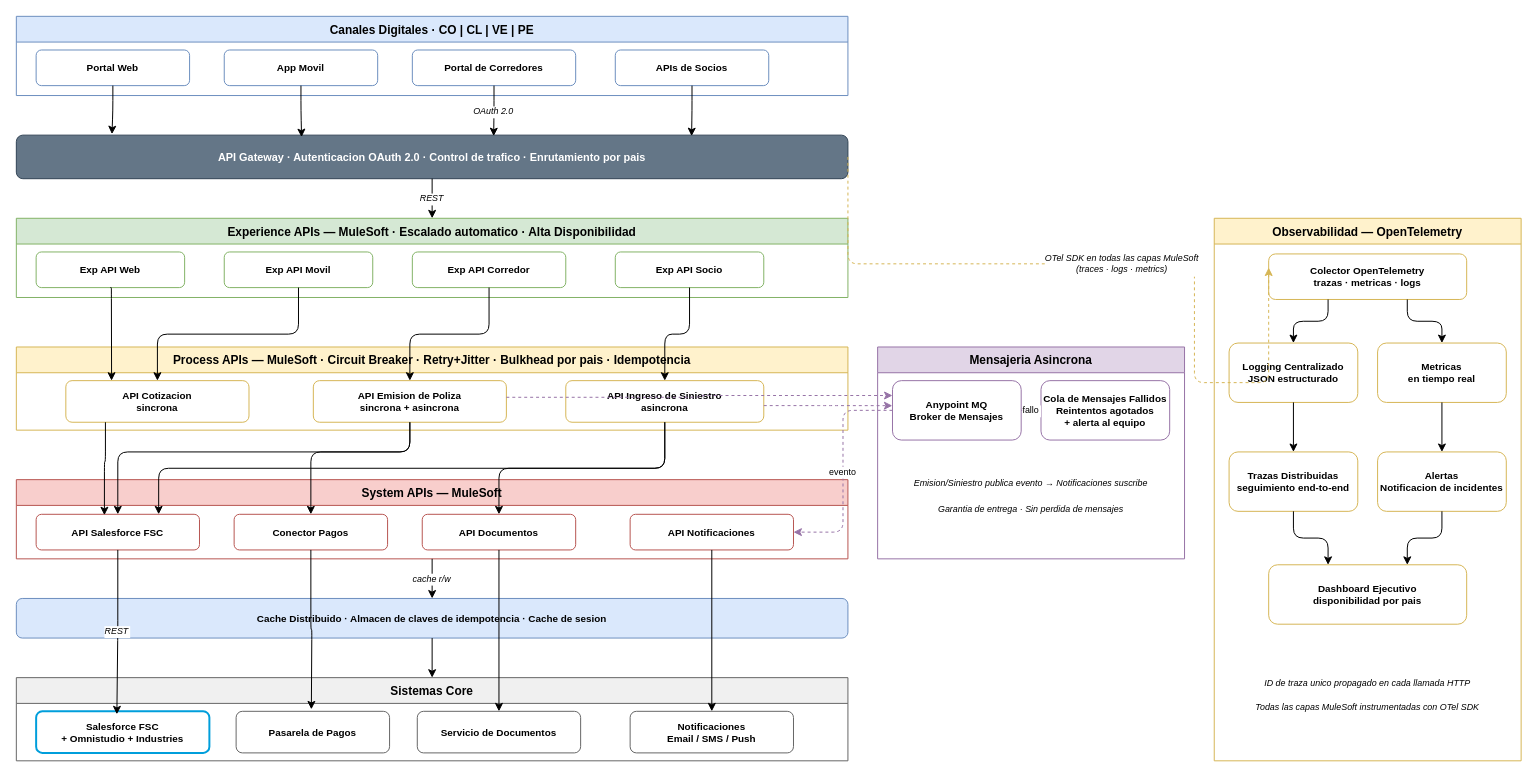
Earlier version of the draw.io diagram diagrams/architecture.drawio (juliantorres92/tech-assessment). Source tidied: cells renumbered, new cells numbered last; positions are measured from the earlier drawing's top-left corner, leaving out a move shared by most shapes. Both pictures are drawn from the tidied source at 99%, with x=0, y=0 at pixel (16, 16).
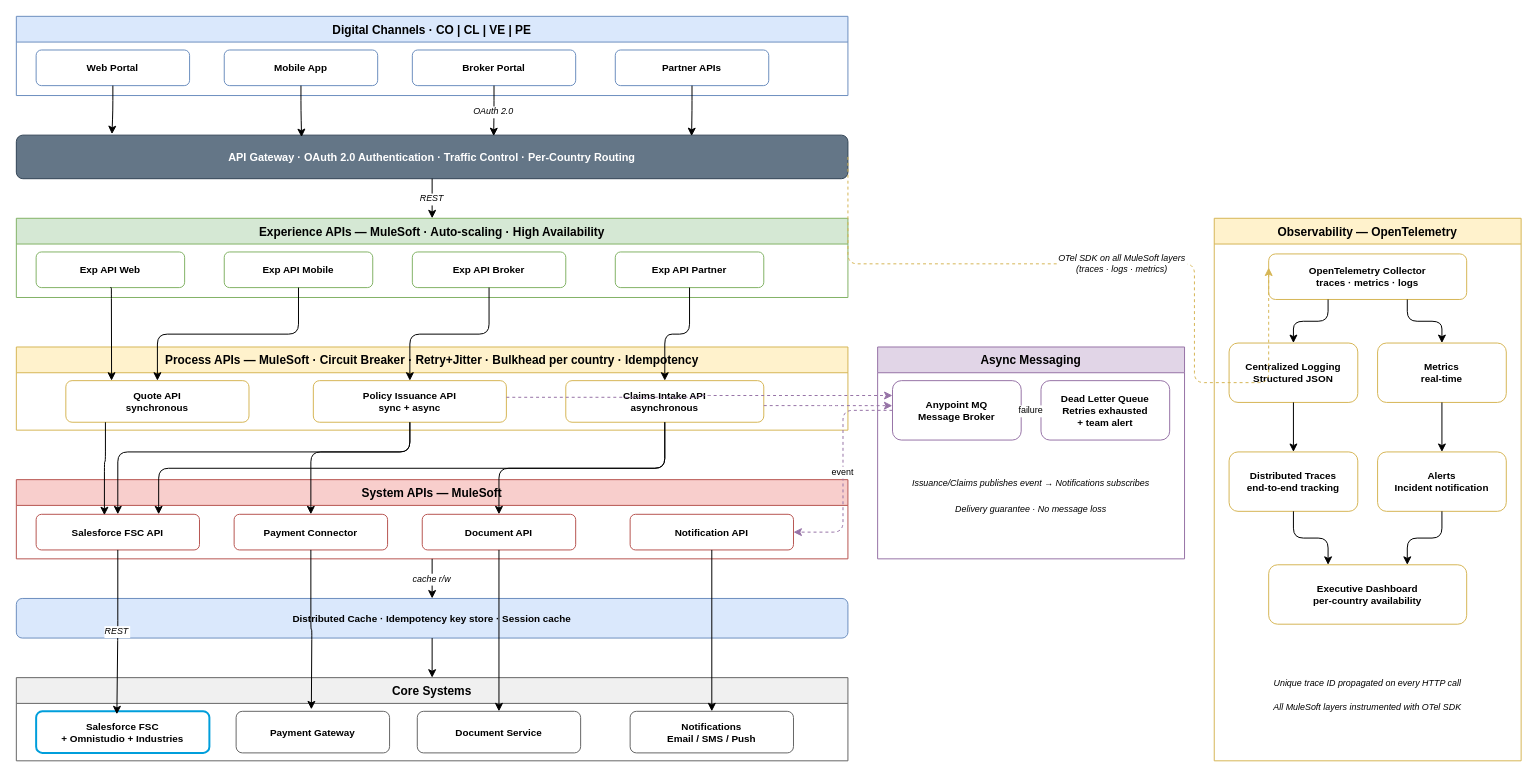
After the change.

Commit message (it also covers changes not shown here):
Translate architecture diagrams to English

The change refers to these unchanged cells:
```xml
<mxCell id="17" value="System APIs — MuleSoft" style="swimlane;startSize=26;fillColor=#f8cecc;strokeColor=#b85450;fontStyle=1;fontSize=12;" parent="1" vertex="1">
  <mxGeometry y="468" width="840" height="80" as="geometry" />
</mxCell>
```

What changed in the source:
```diff
@@
-    <mxCell id="2" value="Canales Digitales   ·   CO | CL | VE | PE" style="swimlane;startSize=26;fillColor=#dae8fc;strokeColor=#6c8ebf;fontStyle=1;fontSize=12;" parent="1" vertex="1">
+    <mxCell id="2" value="Digital Channels   ·   CO | CL | VE | PE" style="swimlane;startSize=26;fillColor=#dae8fc;strokeColor=#6c8ebf;fontStyle=1;fontSize=12;" parent="1" vertex="1">
       <mxGeometry width="840" height="80" as="geometry" />
     </mxCell>
-    <mxCell id="3" value="Portal Web" style="rounded=1;fillColor=#ffffff;strokeColor=#6c8ebf;fontSize=10;fontStyle=1;" parent="2" vertex="1">
+    <mxCell id="3" value="Web Portal" style="rounded=1;fillColor=#ffffff;strokeColor=#6c8ebf;fontSize=10;fontStyle=1;" parent="2" vertex="1">
       <mxGeometry x="20" y="34" width="155" height="36" as="geometry" />
     </mxCell>
-    <mxCell id="4" value="App Movil" style="rounded=1;fillColor=#ffffff;strokeColor=#6c8ebf;fontSize=10;fontStyle=1;" parent="2" vertex="1">
+    <mxCell id="4" value="Mobile App" style="rounded=1;fillColor=#ffffff;strokeColor=#6c8ebf;fontSize=10;fontStyle=1;" parent="2" vertex="1">
       <mxGeometry x="210" y="34" width="155" height="36" as="geometry" />
     </mxCell>
-    <mxCell id="5" value="Portal de Corredores" style="rounded=1;fillColor=#ffffff;strokeColor=#6c8ebf;fontSize=10;fontStyle=1;" parent="2" vertex="1">
+    <mxCell id="5" value="Broker Portal" style="rounded=1;fillColor=#ffffff;strokeColor=#6c8ebf;fontSize=10;fontStyle=1;" parent="2" vertex="1">
       <mxGeometry x="400" y="34" width="165" height="36" as="geometry" />
     </mxCell>
-    <mxCell id="6" value="APIs de Socios" style="rounded=1;fillColor=#ffffff;strokeColor=#6c8ebf;fontSize=10;fontStyle=1;" parent="2" vertex="1">
+    <mxCell id="6" value="Partner APIs" style="rounded=1;fillColor=#ffffff;strokeColor=#6c8ebf;fontSize=10;fontStyle=1;" parent="2" vertex="1">
       <mxGeometry x="605" y="34" width="155" height="36" as="geometry" />
     </mxCell>
-    <mxCell id="7" value="API Gateway   ·   Autenticacion OAuth 2.0   ·   Control de trafico   ·   Enrutamiento por pais" style="rounded=1;fillColor=#647687;strokeColor=#314354;fontColor=#ffffff;fontStyle=1;fontSize=11;" parent="1" vertex="1">
+    <mxCell id="7" value="API Gateway   ·   OAuth 2.0 Authentication   ·   Traffic Control   ·   Per-Country Routing" style="rounded=1;fillColor=#647687;strokeColor=#314354;fontColor=#ffffff;fontStyle=1;fontSize=11;" parent="1" vertex="1">
       <mxGeometry y="120" width="840" height="44" as="geometry" />
     </mxCell>
-    <mxCell id="8" value="Experience APIs — MuleSoft   ·   Escalado automatico   ·   Alta Disponibilidad" style="swimlane;startSize=26;fillColor=#d5e8d4;strokeColor=#82b366;fontStyle=1;fontSize=12;" parent="1" vertex="1">
+    <mxCell id="8" value="Experience APIs — MuleSoft   ·   Auto-scaling   ·   High Availability" style="swimlane;startSize=26;fillColor=#d5e8d4;strokeColor=#82b366;fontStyle=1;fontSize=12;" parent="1" vertex="1">
       <mxGeometry y="204" width="840" height="80" as="geometry" />
     </mxCell>
@@
-    <mxCell id="10" value="Exp API Movil" style="rounded=1;fillColor=#ffffff;strokeColor=#82b366;fontSize=10;fontStyle=1;" parent="8" vertex="1">
+    <mxCell id="10" value="Exp API Mobile" style="rounded=1;fillColor=#ffffff;strokeColor=#82b366;fontSize=10;fontStyle=1;" parent="8" vertex="1">
       <mxGeometry x="210" y="34" width="150" height="36" as="geometry" />
     </mxCell>
-    <mxCell id="11" value="Exp API Corredor" style="rounded=1;fillColor=#ffffff;strokeColor=#82b366;fontSize=10;fontStyle=1;" parent="8" vertex="1">
+    <mxCell id="11" value="Exp API Broker" style="rounded=1;fillColor=#ffffff;strokeColor=#82b366;fontSize=10;fontStyle=1;" parent="8" vertex="1">
       <mxGeometry x="400" y="34" width="155" height="36" as="geometry" />
     </mxCell>
-    <mxCell id="12" value="Exp API Socio" style="rounded=1;fillColor=#ffffff;strokeColor=#82b366;fontSize=10;fontStyle=1;" parent="8" vertex="1">
+    <mxCell id="12" value="Exp API Partner" style="rounded=1;fillColor=#ffffff;strokeColor=#82b366;fontSize=10;fontStyle=1;" parent="8" vertex="1">
       <mxGeometry x="605" y="34" width="150" height="36" as="geometry" />
     </mxCell>
-    <mxCell id="13" value="Process APIs — MuleSoft   ·   Circuit Breaker · Retry+Jitter · Bulkhead por pais · Idempotencia" style="swimlane;startSize=26;fillColor=#fff2cc;strokeColor=#d6b656;fontStyle=1;fontSize=12;" parent="1" vertex="1">
+    <mxCell id="13" value="Process APIs — MuleSoft   ·   Circuit Breaker · Retry+Jitter · Bulkhead per country · Idempotency" style="swimlane;startSize=26;fillColor=#fff2cc;strokeColor=#d6b656;fontStyle=1;fontSize=12;" parent="1" vertex="1">
       <mxGeometry y="334" width="840" height="84" as="geometry" />
     </mxCell>
-    <mxCell id="14" value="API Cotizacion&#10;sincrona" style="rounded=1;fillColor=#ffffff;strokeColor=#d6b656;fontSize=10;fontStyle=1;" parent="13" vertex="1">
+    <mxCell id="14" value="Quote API&#10;synchronous" style="rounded=1;fillColor=#ffffff;strokeColor=#d6b656;fontSize=10;fontStyle=1;" parent="13" vertex="1">
       <mxGeometry x="50" y="34" width="185" height="42" as="geometry" />
     </mxCell>
-    <mxCell id="15" value="API Emision de Poliza&#10;sincrona + asincrona" style="rounded=1;fillColor=#ffffff;strokeColor=#d6b656;fontSize=10;fontStyle=1;" parent="13" vertex="1">
+    <mxCell id="15" value="Policy Issuance API&#10;sync + async" style="rounded=1;fillColor=#ffffff;strokeColor=#d6b656;fontSize=10;fontStyle=1;" parent="13" vertex="1">
       <mxGeometry x="300" y="34" width="195" height="42" as="geometry" />
     </mxCell>
-    <mxCell id="16" value="API Ingreso de Siniestro&#10;asincrona" style="rounded=1;fillColor=#ffffff;strokeColor=#d6b656;fontSize=10;fontStyle=1;" parent="13" vertex="1">
+    <mxCell id="16" value="Claims Intake API&#10;asynchronous" style="rounded=1;fillColor=#ffffff;strokeColor=#d6b656;fontSize=10;fontStyle=1;" parent="13" vertex="1">
       <mxGeometry x="555" y="34" width="200" height="42" as="geometry" />
     </mxCell>
@@
-    <mxCell id="18" value="API Salesforce FSC" style="rounded=1;fillColor=#ffffff;strokeColor=#b85450;fontSize=10;fontStyle=1;" parent="17" vertex="1">
+    <mxCell id="18" value="Salesforce FSC API" style="rounded=1;fillColor=#ffffff;strokeColor=#b85450;fontSize=10;fontStyle=1;" parent="17" vertex="1">
       <mxGeometry x="20" y="35" width="165" height="36" as="geometry" />
     </mxCell>
-    <mxCell id="19" value="Conector Pagos" style="rounded=1;fillColor=#ffffff;strokeColor=#b85450;fontSize=10;fontStyle=1;" parent="17" vertex="1">
+    <mxCell id="19" value="Payment Connector" style="rounded=1;fillColor=#ffffff;strokeColor=#b85450;fontSize=10;fontStyle=1;" parent="17" vertex="1">
       <mxGeometry x="220" y="35" width="155" height="36" as="geometry" />
     </mxCell>
-    <mxCell id="20" value="API Documentos" style="rounded=1;fillColor=#ffffff;strokeColor=#b85450;fontSize=10;fontStyle=1;" parent="17" vertex="1">
+    <mxCell id="20" value="Document API" style="rounded=1;fillColor=#ffffff;strokeColor=#b85450;fontSize=10;fontStyle=1;" parent="17" vertex="1">
       <mxGeometry x="410" y="35" width="155" height="36" as="geometry" />
     </mxCell>
-    <mxCell id="21" value="API Notificaciones" style="rounded=1;fillColor=#ffffff;strokeColor=#b85450;fontSize=10;fontStyle=1;" parent="17" vertex="1">
+    <mxCell id="21" value="Notification API" style="rounded=1;fillColor=#ffffff;strokeColor=#b85450;fontSize=10;fontStyle=1;" parent="17" vertex="1">
       <mxGeometry x="620" y="35" width="165" height="36" as="geometry" />
     </mxCell>
-    <mxCell id="22" value="Cache Distribuido   ·   Almacen de claves de idempotencia · Cache de sesion" style="rounded=1;fillColor=#dae8fc;strokeColor=#6c8ebf;fontStyle=1;fontSize=10;" parent="1" vertex="1">
+    <mxCell id="22" value="Distributed Cache   ·   Idempotency key store · Session cache" style="rounded=1;fillColor=#dae8fc;strokeColor=#6c8ebf;fontStyle=1;fontSize=10;" parent="1" vertex="1">
       <mxGeometry y="588" width="840" height="40" as="geometry" />
     </mxCell>
-    <mxCell id="23" value="Sistemas Core" style="swimlane;startSize=26;fillColor=#f0f0f0;strokeColor=#666666;fontStyle=1;fontSize=12;" parent="1" vertex="1">
+    <mxCell id="23" value="Core Systems" style="swimlane;startSize=26;fillColor=#f0f0f0;strokeColor=#666666;fontStyle=1;fontSize=12;" parent="1" vertex="1">
       <mxGeometry y="668" width="840" height="84" as="geometry" />
     </mxCell>
@@
-    <mxCell id="25" value="Pasarela de Pagos" style="rounded=1;fillColor=#ffffff;strokeColor=#666666;fontSize=10;fontStyle=1;" parent="23" vertex="1">
+    <mxCell id="25" value="Payment Gateway" style="rounded=1;fillColor=#ffffff;strokeColor=#666666;fontSize=10;fontStyle=1;" parent="23" vertex="1">
       <mxGeometry x="222" y="34" width="155" height="42" as="geometry" />
     </mxCell>
-    <mxCell id="26" value="Servicio de Documentos" style="rounded=1;fillColor=#ffffff;strokeColor=#666666;fontSize=10;fontStyle=1;" parent="23" vertex="1">
+    <mxCell id="26" value="Document Service" style="rounded=1;fillColor=#ffffff;strokeColor=#666666;fontSize=10;fontStyle=1;" parent="23" vertex="1">
       <mxGeometry x="405" y="34" width="165" height="42" as="geometry" />
     </mxCell>
-    <mxCell id="27" value="Notificaciones&#10;Email / SMS / Push" style="rounded=1;fillColor=#ffffff;strokeColor=#666666;fontSize=10;fontStyle=1;" parent="23" vertex="1">
+    <mxCell id="27" value="Notifications&#10;Email / SMS / Push" style="rounded=1;fillColor=#ffffff;strokeColor=#666666;fontSize=10;fontStyle=1;" parent="23" vertex="1">
       <mxGeometry x="620" y="34" width="165" height="42" as="geometry" />
     </mxCell>
-    <mxCell id="28" value="Mensajeria Asincrona" style="swimlane;startSize=26;fillColor=#e1d5e7;strokeColor=#9673a6;fontStyle=1;fontSize=12;" parent="1" vertex="1">
+    <mxCell id="28" value="Async Messaging" style="swimlane;startSize=26;fillColor=#e1d5e7;strokeColor=#9673a6;fontStyle=1;fontSize=12;" parent="1" vertex="1">
       <mxGeometry x="870" y="334" width="310" height="214" as="geometry" />
     </mxCell>
-    <mxCell id="29" value="Anypoint MQ&#10;Broker de Mensajes" style="rounded=1;fillColor=#ffffff;strokeColor=#9673a6;fontSize=10;fontStyle=1;" parent="28" vertex="1">
+    <mxCell id="29" value="Anypoint MQ&#10;Message Broker" style="rounded=1;fillColor=#ffffff;strokeColor=#9673a6;fontSize=10;fontStyle=1;" parent="28" vertex="1">
       <mxGeometry x="15" y="34" width="130" height="60" as="geometry" />
     </mxCell>
-    <mxCell id="30" value="Cola de Mensajes Fallidos&#10;Reintentos agotados&#10;+ alerta al equipo" style="rounded=1;fillColor=#ffffff;strokeColor=#9673a6;fontSize=10;fontStyle=1;" parent="28" vertex="1">
+    <mxCell id="30" value="Dead Letter Queue&#10;Retries exhausted&#10;+ team alert" style="rounded=1;fillColor=#ffffff;strokeColor=#9673a6;fontSize=10;fontStyle=1;" parent="28" vertex="1">
       <mxGeometry x="165" y="34" width="130" height="60" as="geometry" />
     </mxCell>
-    <mxCell id="31" value="Emision/Siniestro publica evento → Notificaciones suscribe" style="text;fontSize=9;fontStyle=2;align=center;strokeColor=none;fillColor=none;" parent="28" vertex="1">
+    <mxCell id="31" value="Issuance/Claims publishes event → Notifications subscribes" style="text;fontSize=9;fontStyle=2;align=center;strokeColor=none;fillColor=none;" parent="28" vertex="1">
       <mxGeometry x="5" y="126" width="300" height="22" as="geometry" />
     </mxCell>
-    <mxCell id="32" value="Garantia de entrega · Sin perdida de mensajes" style="text;fontSize=9;fontStyle=2;align=center;strokeColor=none;fillColor=none;" parent="28" vertex="1">
+    <mxCell id="32" value="Delivery guarantee · No message loss" style="text;fontSize=9;fontStyle=2;align=center;strokeColor=none;fillColor=none;" parent="28" vertex="1">
       <mxGeometry x="5" y="152" width="300" height="22" as="geometry" />
     </mxCell>
-    <mxCell id="33" value="Observabilidad — OpenTelemetry" style="swimlane;startSize=26;fillColor=#fff2cc;strokeColor=#d6b656;fontStyle=1;fontSize=12;" parent="1" vertex="1">
+    <mxCell id="33" value="Observability — OpenTelemetry" style="swimlane;startSize=26;fillColor=#fff2cc;strokeColor=#d6b656;fontStyle=1;fontSize=12;" parent="1" vertex="1">
       <mxGeometry x="1210" y="204" width="310" height="548" as="geometry" />
     </mxCell>
-    <mxCell id="34" value="Colector OpenTelemetry&#10;trazas · metricas · logs" style="rounded=1;fillColor=#ffffff;strokeColor=#d6b656;fontSize=10;fontStyle=1;" parent="33" vertex="1">
+    <mxCell id="34" value="OpenTelemetry Collector&#10;traces · metrics · logs" style="rounded=1;fillColor=#ffffff;strokeColor=#d6b656;fontSize=10;fontStyle=1;" parent="33" vertex="1">
       <mxGeometry x="55" y="36" width="200" height="46" as="geometry" />
     </mxCell>
-    <mxCell id="35" value="Logging Centralizado&#10;JSON estructurado" style="rounded=1;fillColor=#ffffff;strokeColor=#d6b656;fontSize=10;fontStyle=1;" parent="33" vertex="1">
+    <mxCell id="35" value="Centralized Logging&#10;Structured JSON" style="rounded=1;fillColor=#ffffff;strokeColor=#d6b656;fontSize=10;fontStyle=1;" parent="33" vertex="1">
       <mxGeometry x="15" y="126" width="130" height="60" as="geometry" />
     </mxCell>
-    <mxCell id="36" value="Metricas&#10;en tiempo real" style="rounded=1;fillColor=#ffffff;strokeColor=#d6b656;fontSize=10;fontStyle=1;" parent="33" vertex="1">
+    <mxCell id="36" value="Metrics&#10;real-time" style="rounded=1;fillColor=#ffffff;strokeColor=#d6b656;fontSize=10;fontStyle=1;" parent="33" vertex="1">
       <mxGeometry x="165" y="126" width="130" height="60" as="geometry" />
     </mxCell>
-    <mxCell id="37" value="Trazas Distribuidas&#10;seguimiento end-to-end" style="rounded=1;fillColor=#ffffff;strokeColor=#d6b656;fontSize=10;fontStyle=1;" parent="33" vertex="1">
+    <mxCell id="37" value="Distributed Traces&#10;end-to-end tracking" style="rounded=1;fillColor=#ffffff;strokeColor=#d6b656;fontSize=10;fontStyle=1;" parent="33" vertex="1">
       <mxGeometry x="15" y="236" width="130" height="60" as="geometry" />
     </mxCell>
-    <mxCell id="38" value="Alertas&#10;Notificacion de incidentes" style="rounded=1;fillColor=#ffffff;strokeColor=#d6b656;fontSize=10;fontStyle=1;" parent="33" vertex="1">
+    <mxCell id="38" value="Alerts&#10;Incident notification" style="rounded=1;fillColor=#ffffff;strokeColor=#d6b656;fontSize=10;fontStyle=1;" parent="33" vertex="1">
       <mxGeometry x="165" y="236" width="130" height="60" as="geometry" />
     </mxCell>
-    <mxCell id="39" value="Dashboard Ejecutivo&#10;disponibilidad por pais" style="rounded=1;fillColor=#ffffff;strokeColor=#d6b656;fontSize=10;fontStyle=1;" parent="33" vertex="1">
+    <mxCell id="39" value="Executive Dashboard&#10;per-country availability" style="rounded=1;fillColor=#ffffff;strokeColor=#d6b656;fontSize=10;fontStyle=1;" parent="33" vertex="1">
       <mxGeometry x="55" y="350" width="200" height="60" as="geometry" />
     </mxCell>
-    <mxCell id="40" value="ID de traza unico propagado en cada llamada HTTP" style="text;fontSize=9;fontStyle=2;align=center;strokeColor=none;fillColor=none;" parent="33" vertex="1">
+    <mxCell id="40" value="Unique trace ID propagated on every HTTP call" style="text;fontSize=9;fontStyle=2;align=center;strokeColor=none;fillColor=none;" parent="33" vertex="1">
       <mxGeometry x="10" y="458" width="290" height="22" as="geometry" />
     </mxCell>
-    <mxCell id="41" value="Todas las capas MuleSoft instrumentadas con OTel SDK" style="text;fontSize=9;fontStyle=2;align=center;strokeColor=none;fillColor=none;" parent="33" vertex="1">
+    <mxCell id="41" value="All MuleSoft layers instrumented with OTel SDK" style="text;fontSize=9;fontStyle=2;align=center;strokeColor=none;fillColor=none;" parent="33" vertex="1">
       <mxGeometry x="10" y="482" width="290" height="22" as="geometry" />
     </mxCell>
@@
-    <mxCell id="64" value="fallo" style="edgeStyle=orthogonalEdgeStyle;dashed=1;strokeColor=#9673a6;exitX=1;exitY=0.5;entryX=0;entryY=0.5;fontSize=9;" parent="1" edge="1" source="29" target="30">
+    <mxCell id="64" value="failure" style="edgeStyle=orthogonalEdgeStyle;dashed=1;strokeColor=#9673a6;exitX=1;exitY=0.5;entryX=0;entryY=0.5;fontSize=9;" parent="1" edge="1" source="29" target="30">
       <mxGeometry relative="1" as="geometry" />
     </mxCell>
-    <mxCell id="65" value="evento" style="edgeStyle=orthogonalEdgeStyle;dashed=1;strokeColor=#9673a6;exitX=0;exitY=0.5;entryX=1;entryY=0.5;fontSize=9;" parent="1" edge="1" source="29" target="21">
+    <mxCell id="65" value="event" style="edgeStyle=orthogonalEdgeStyle;dashed=1;strokeColor=#9673a6;exitX=0;exitY=0.5;entryX=1;entryY=0.5;fontSize=9;" parent="1" edge="1" source="29" target="21">
       <mxGeometry relative="1" as="geometry">
         <Array as="points">
           <mxPoint x="835" y="398" />
           <mxPoint x="835" y="521" />
         </Array>
       </mxGeometry>
     </mxCell>
-    <mxCell id="66" value="OTel SDK en todas las capas MuleSoft&#10;(traces · logs · metrics)" style="edgeStyle=orthogonalEdgeStyle;dashed=1;strokeColor=#d6b656;exitX=1;exitY=0.5;entryX=0;entryY=0.3;fontSize=9;fontStyle=2;" parent="1" edge="1" source="7" target="34">
+    <mxCell id="66" value="OTel SDK on all MuleSoft layers&#10;(traces · logs · metrics)" style="edgeStyle=orthogonalEdgeStyle;dashed=1;strokeColor=#d6b656;exitX=1;exitY=0.5;entryX=0;entryY=0.3;fontSize=9;fontStyle=2;" parent="1" edge="1" source="7" target="34">
       <mxGeometry relative="1" as="geometry">
         <Array as="points">
           <mxPoint x="1190" y="250" />
           <mxPoint x="1190" y="370" />
         </Array>
       </mxGeometry>
     </mxCell>
```
